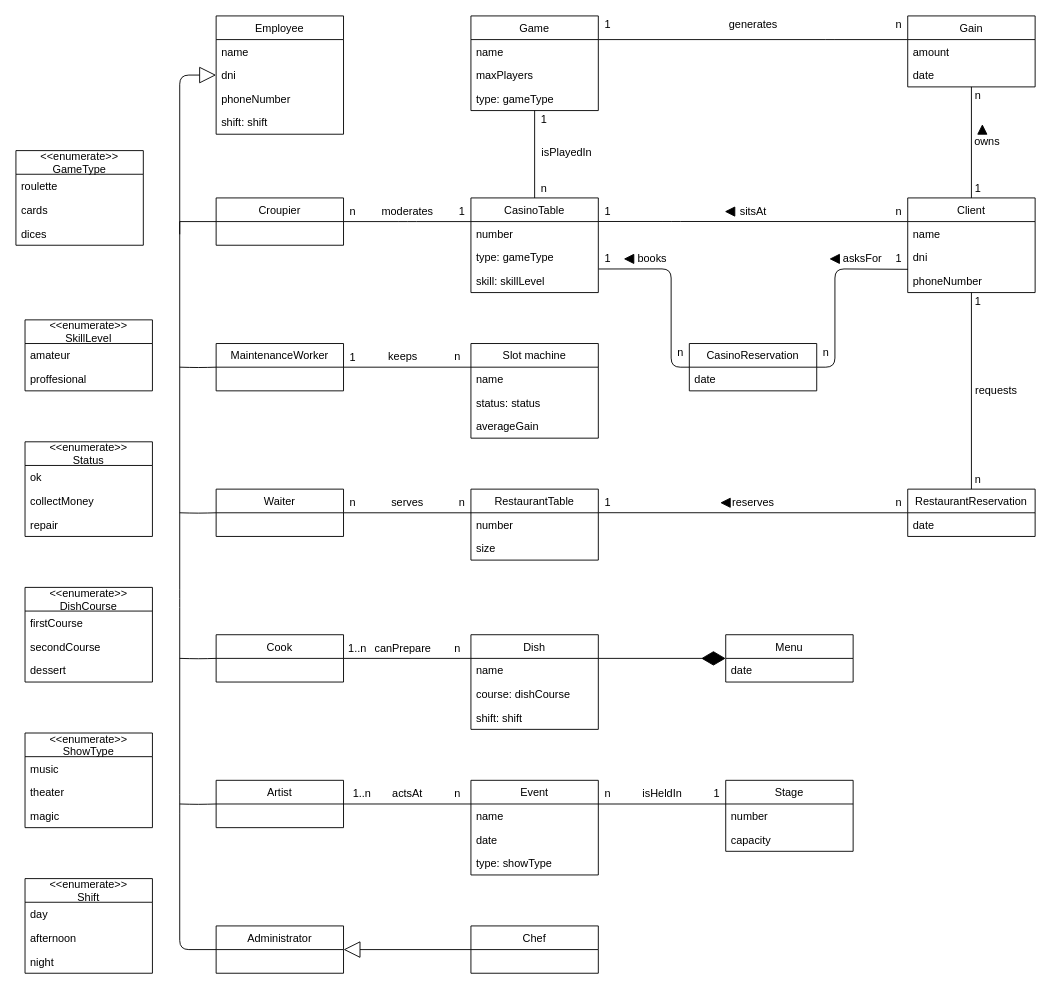
Above: Umls/diagramaUML.drawio in gii-is-DP1/dp1-2020-g1-07 (draw.io), before the change. Source tidied: cells renumbered, new cells numbered last; positions are measured from the earlier drawing's top-left corner, leaving out a move shared by most shapes. Both pictures are drawn from the tidied source at 91%, with x=0, y=0 at pixel (15, 15).
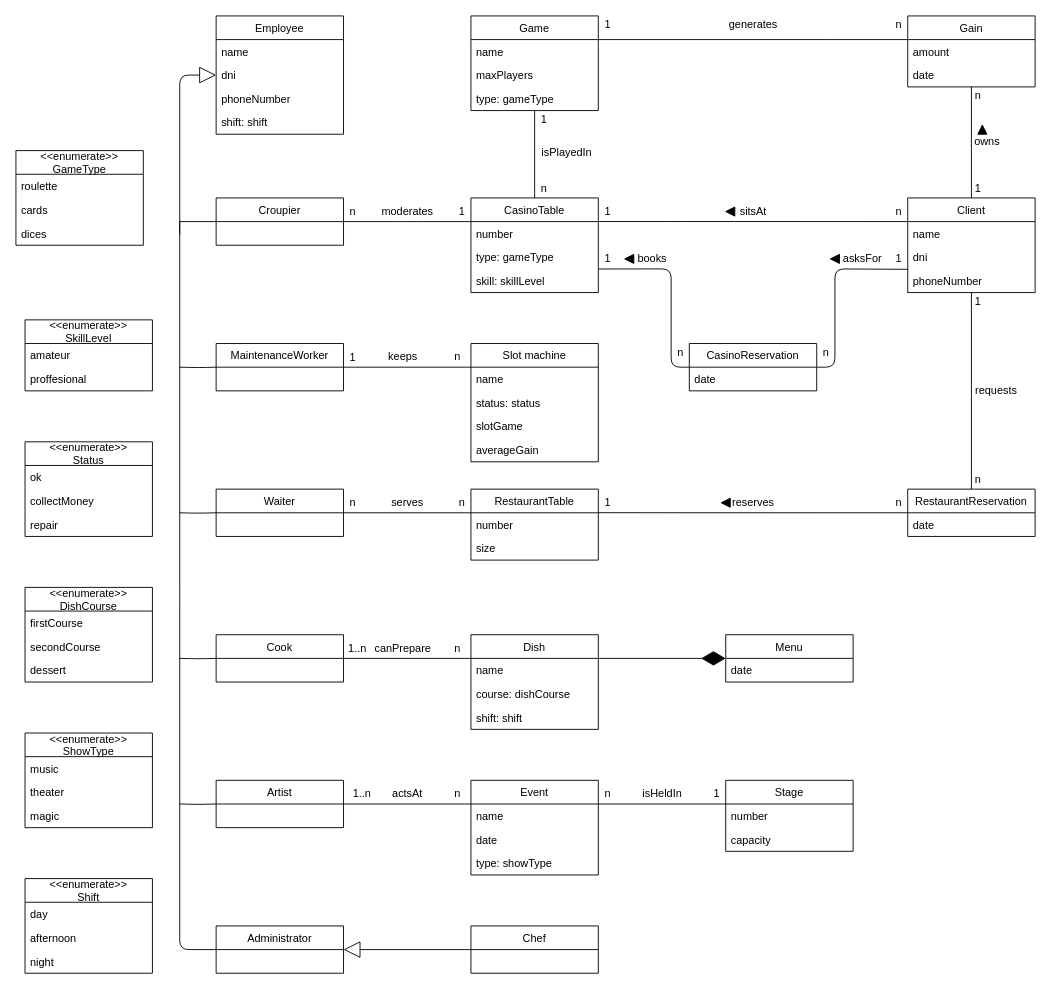
The same diagram, later.

Commit message:
Added atribute to "Slot Machine" in UML diagram

The change refers to these unchanged cells:
```xml
<mxCell id="86" value="MaintenanceWorker" style="swimlane;fontStyle=0;horizontal=1;startSize=26;fillColor=none;" parent="1" vertex="1">
  <mxGeometry x="220" y="360" width="140" height="52" as="geometry" />
</mxCell>
```

Diff of the diagram source:
```diff
@@
     <mxCell id="28" value="Slot machine" style="swimlane;fontStyle=0;horizontal=1;startSize=26;fillColor=none;" parent="1" vertex="1">
-      <mxGeometry x="500" y="360" width="140" height="104" as="geometry" />
+      <mxGeometry x="500" y="360" width="140" height="130" as="geometry" />
     </mxCell>
@@
+    <mxCell id="146" value="slotGame" style="text;strokeColor=none;fillColor=none;align=left;verticalAlign=top;spacingLeft=4;spacingRight=4;overflow=hidden;" parent="28" vertex="1">
+      <mxGeometry y="78" width="140" height="26" as="geometry" />
+    </mxCell>
     <mxCell id="31" value="averageGain" style="text;strokeColor=none;fillColor=none;align=left;verticalAlign=top;spacingLeft=4;spacingRight=4;overflow=hidden;" parent="28" vertex="1">
-      <mxGeometry y="78" width="140" height="26" as="geometry" />
+      <mxGeometry y="104" width="140" height="26" as="geometry" />
     </mxCell>
@@
-    <mxCell id="105" style="endArrow=none;html=1;edgeStyle=orthogonalEdgeStyle;exitX=1;exitY=0.5;exitDx=0;exitDy=0;entryX=0;entryY=0.25;entryDx=0;entryDy=0;" parent="1" edge="1" source="86" target="28">
-      <mxGeometry relative="1" as="geometry" />
+    <mxCell id="105" style="endArrow=none;html=1;edgeStyle=orthogonalEdgeStyle;exitX=1;exitY=0.5;exitDx=0;exitDy=0;" parent="1" edge="1" source="86">
+      <mxGeometry relative="1" as="geometry">
+        <mxPoint x="500" y="386" as="targetPoint" />
+        <Array as="points">
+          <mxPoint x="500" y="386" />
+        </Array>
+      </mxGeometry>
     </mxCell>
```
